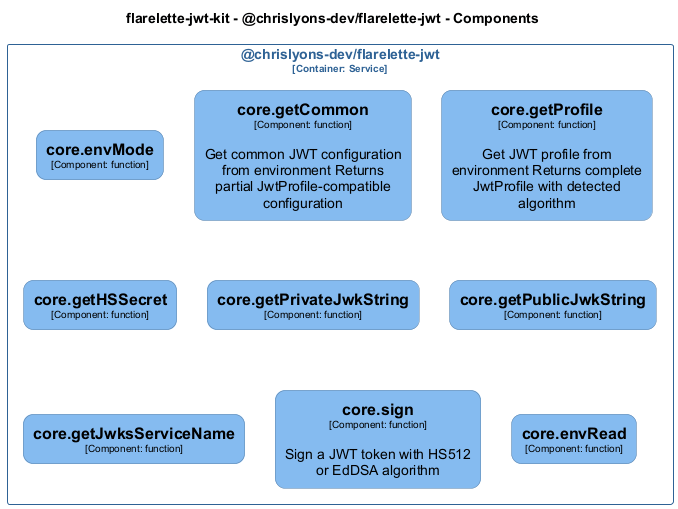
chrislyons-dev/flarelette-jwt-kit keeps this PlantUML diagram as docs/architecture/diagrams/structurizr-Classes_chrislyons_dev_flarelette_jwt__core.png. Above is the earlier version.
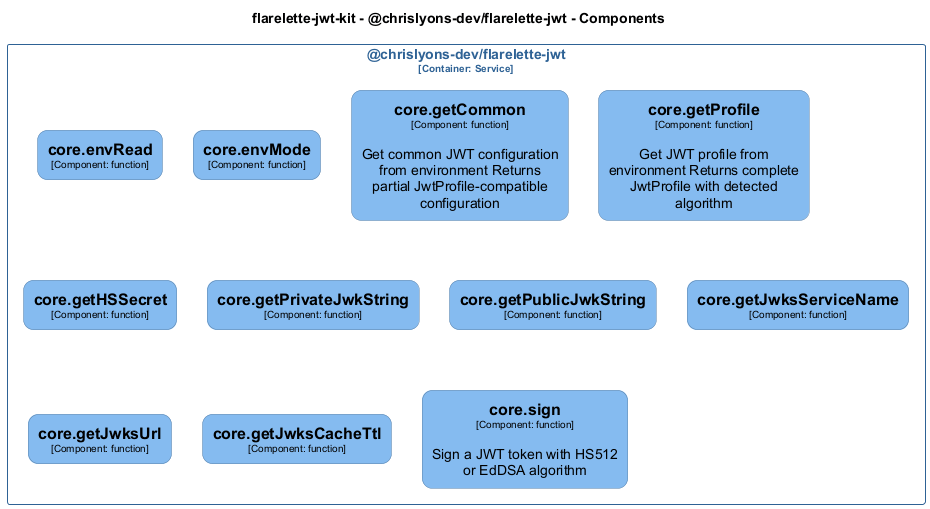
The same diagram one commit later.

The edit, as a diff of the source:
```diff
@@ -44,7 +44,21 @@
   roundCorner 20
   shadowing false
 }
+skinparam rectangle<<flarelettejwtkit.chrislyonsdevflarelettejwt.coregetJwksCacheTtl>> {
+  BackgroundColor #85bbf0
+  FontColor #000000
+  BorderColor #5d82a8
+  roundCorner 20
+  shadowing false
+}
 skinparam rectangle<<flarelettejwtkit.chrislyonsdevflarelettejwt.coregetJwksServiceName>> {
+  BackgroundColor #85bbf0
+  FontColor #000000
+  BorderColor #5d82a8
+  roundCorner 20
+  shadowing false
+}
+skinparam rectangle<<flarelettejwtkit.chrislyonsdevflarelettejwt.coregetJwksUrl>> {
   BackgroundColor #85bbf0
   FontColor #000000
   BorderColor #5d82a8
@@ -86,6 +100,7 @@
 }
 
 rectangle "@chrislyons-dev/flarelette-jwt\n<size:10>[Container: Service]</size>" <<flarelettejwtkit.chrislyonsdevflarelettejwt>> {
+  rectangle "==core.envRead\n<size:10>[Component: function]</size>" <<flarelettejwtkit.chrislyonsdevflarelettejwt.coreenvRead>> as flarelettejwtkit.chrislyonsdevflarelettejwt.coreenvRead
   rectangle "==core.envMode\n<size:10>[Component: function]</size>" <<flarelettejwtkit.chrislyonsdevflarelettejwt.coreenvMode>> as flarelettejwtkit.chrislyonsdevflarelettejwt.coreenvMode
   rectangle "==core.getCommon\n<size:10>[Component: function]</size>\n\nGet common JWT configuration from environment Returns partial JwtProfile-compatible configuration" <<flarelettejwtkit.chrislyonsdevflarelettejwt.coregetCommon>> as flarelettejwtkit.chrislyonsdevflarelettejwt.coregetCommon
   rectangle "==core.getProfile\n<size:10>[Component: function]</size>\n\nGet JWT profile from environment Returns complete JwtProfile with detected algorithm" <<flarelettejwtkit.chrislyonsdevflarelettejwt.coregetProfile>> as flarelettejwtkit.chrislyonsdevflarelettejwt.coregetProfile
@@ -93,8 +108,9 @@
   rectangle "==core.getPrivateJwkString\n<size:10>[Component: function]</size>" <<flarelettejwtkit.chrislyonsdevflarelettejwt.coregetPrivateJwkString>> as flarelettejwtkit.chrislyonsdevflarelettejwt.coregetPrivateJwkString
   rectangle "==core.getPublicJwkString\n<size:10>[Component: function]</size>" <<flarelettejwtkit.chrislyonsdevflarelettejwt.coregetPublicJwkString>> as flarelettejwtkit.chrislyonsdevflarelettejwt.coregetPublicJwkString
   rectangle "==core.getJwksServiceName\n<size:10>[Component: function]</size>" <<flarelettejwtkit.chrislyonsdevflarelettejwt.coregetJwksServiceName>> as flarelettejwtkit.chrislyonsdevflarelettejwt.coregetJwksServiceName
+  rectangle "==core.getJwksUrl\n<size:10>[Component: function]</size>" <<flarelettejwtkit.chrislyonsdevflarelettejwt.coregetJwksUrl>> as flarelettejwtkit.chrislyonsdevflarelettejwt.coregetJwksUrl
+  rectangle "==core.getJwksCacheTtl\n<size:10>[Component: function]</size>" <<flarelettejwtkit.chrislyonsdevflarelettejwt.coregetJwksCacheTtl>> as flarelettejwtkit.chrislyonsdevflarelettejwt.coregetJwksCacheTtl
   rectangle "==core.sign\n<size:10>[Component: function]</size>\n\nSign a JWT token with HS512 or EdDSA algorithm" <<flarelettejwtkit.chrislyonsdevflarelettejwt.coresign>> as flarelettejwtkit.chrislyonsdevflarelettejwt.coresign
-  rectangle "==core.envRead\n<size:10>[Component: function]</size>" <<flarelettejwtkit.chrislyonsdevflarelettejwt.coreenvRead>> as flarelettejwtkit.chrislyonsdevflarelettejwt.coreenvRead
 }
 
 @enduml
```
